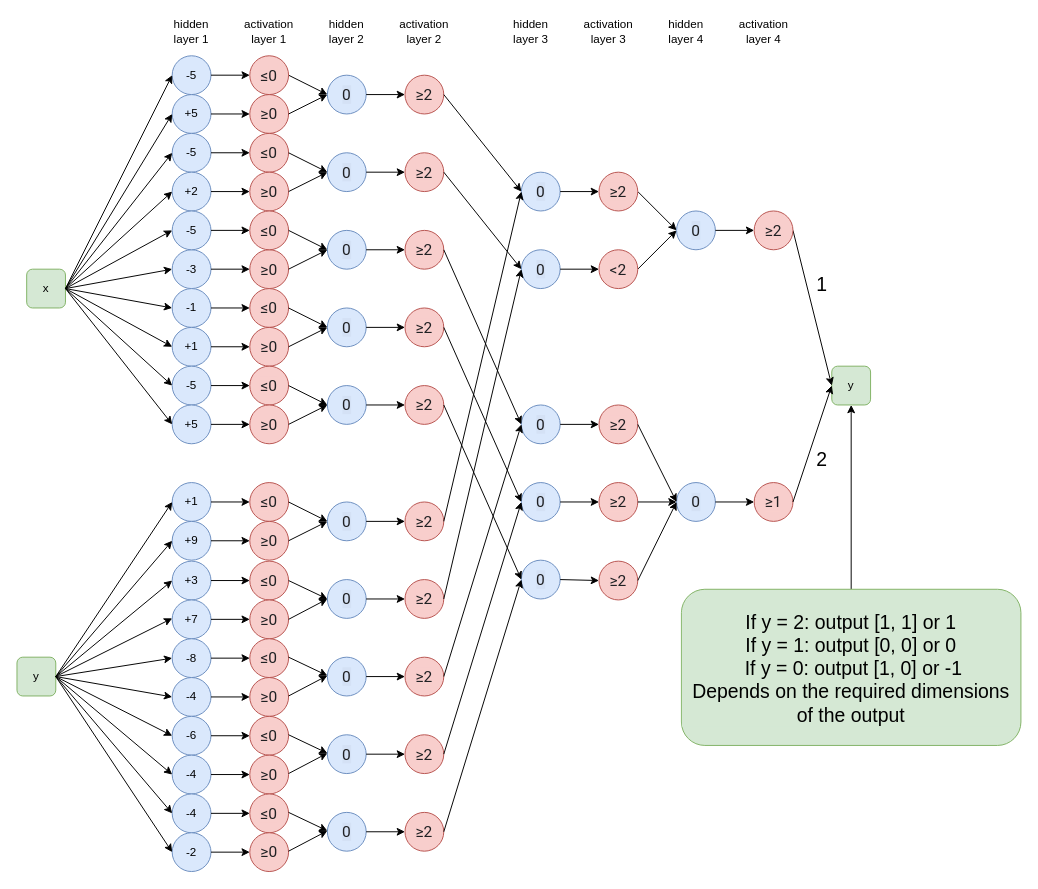
bakerston/Algorithm keeps this draw.io diagram as page "Page-1" (1 of 2) of FML_HW5.drawio. Above is the earlier version. Source tidied: cells renumbered, new cells numbered last; positions are measured from the earlier drawing's top-left corner, leaving out a move shared by most shapes. Both pictures are drawn from the tidied source at 97%, with x=0, y=0 at pixel (16, 16).
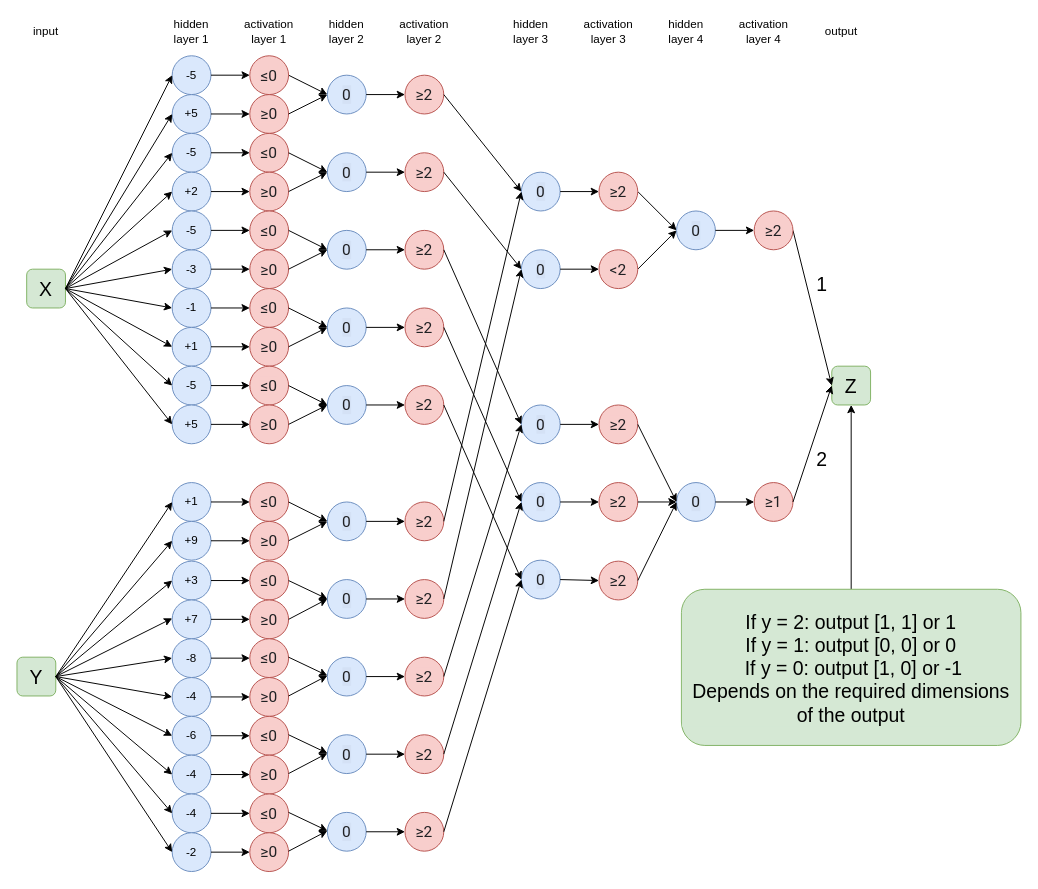
The same page after the edit.

What changed in the source:
```diff
@@
-    <mxCell id="2" value="x" style="rounded=1;whiteSpace=wrap;html=1;fillColor=#d5e8d4;strokeColor=#82b366;" parent="1" vertex="1">
+    <mxCell id="2" value="&lt;font style=&quot;font-size: 20px&quot;&gt;X&lt;/font&gt;" style="rounded=1;whiteSpace=wrap;html=1;fillColor=#d5e8d4;strokeColor=#82b366;" parent="1" vertex="1">
       <mxGeometry x="10" y="260" width="40" height="40" as="geometry" />
     </mxCell>
@@
-    <mxCell id="11" value="y" style="rounded=1;whiteSpace=wrap;html=1;fillColor=#d5e8d4;strokeColor=#82b366;" parent="1" vertex="1">
+    <mxCell id="11" value="&lt;font style=&quot;font-size: 20px&quot;&gt;Y&lt;/font&gt;" style="rounded=1;whiteSpace=wrap;html=1;fillColor=#d5e8d4;strokeColor=#82b366;" parent="1" vertex="1">
       <mxGeometry y="660" width="40" height="40" as="geometry" />
     </mxCell>
@@
-    <mxCell id="57" value="y" style="rounded=1;whiteSpace=wrap;html=1;fillColor=#d5e8d4;strokeColor=#82b366;" parent="1" vertex="1">
+    <mxCell id="57" value="&lt;span style=&quot;font-size: 20px&quot;&gt;Z&lt;/span&gt;" style="rounded=1;whiteSpace=wrap;html=1;fillColor=#d5e8d4;strokeColor=#82b366;" parent="1" vertex="1">
       <mxGeometry x="840" y="360" width="40" height="40" as="geometry" />
     </mxCell>
@@
+    <mxCell id="188" value="input" style="text;html=1;strokeColor=none;fillColor=none;align=center;verticalAlign=middle;whiteSpace=wrap;rounded=0;" parent="1" vertex="1">
+      <mxGeometry width="60" height="30" as="geometry" />
+    </mxCell>
+    <mxCell id="189" value="output" style="text;html=1;strokeColor=none;fillColor=none;align=center;verticalAlign=middle;whiteSpace=wrap;rounded=0;" parent="1" vertex="1">
+      <mxGeometry x="820" width="60" height="30" as="geometry" />
+    </mxCell>
```
